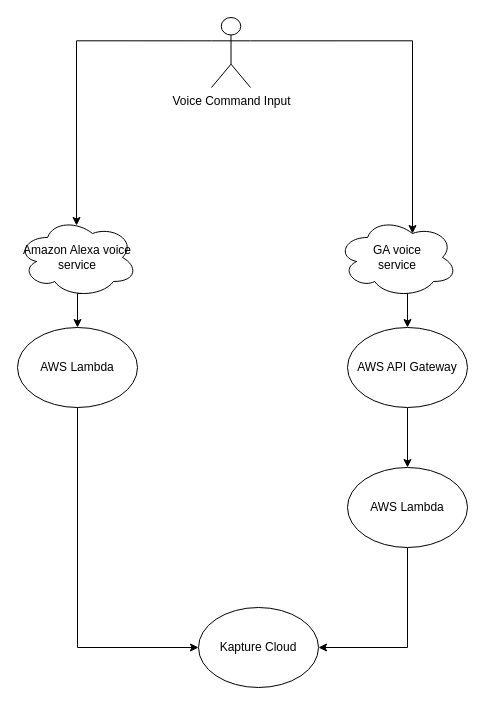
The draw.io diagram Smart Home.drawio in kevin3747118/ALZK, before the edit. Source tidied: cells renumbered, new cells numbered last; positions are measured from the earlier drawing's top-left corner, leaving out a move shared by most shapes. Both pictures are drawn from the tidied source at 100%, with x=0, y=0 at pixel (17, 17).
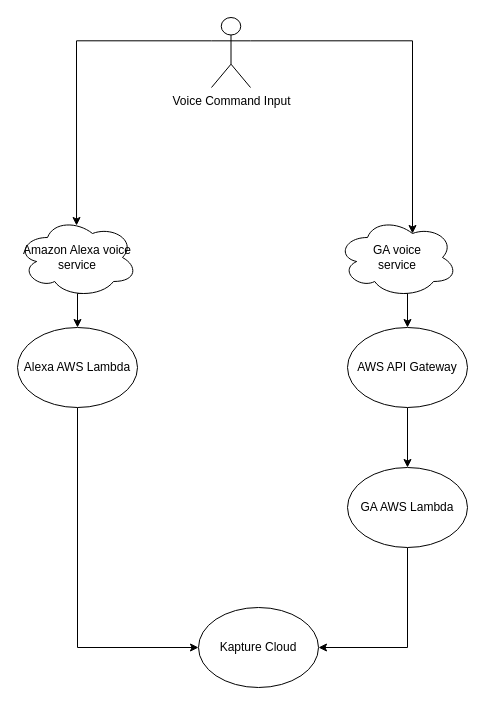
After the change.

What changed in the source:
```diff
@@
 <mxGraphModel>
   <root>
     <mxCell id="0" />
     <mxCell id="1" parent="0" />
     <mxCell id="2" style="edgeStyle=orthogonalEdgeStyle;rounded=0;jettySize=auto;html=1;exitX=0;exitY=0.3333333333333333;exitDx=0;exitDy=0;exitPerimeter=0;entryX=0.492;entryY=0.1;entryDx=0;entryDy=0;entryPerimeter=0;" parent="1" edge="1" source="4" target="6">
       <mxGeometry relative="1" as="geometry" />
     </mxCell>
     <mxCell id="3" style="edgeStyle=orthogonalEdgeStyle;rounded=0;jettySize=auto;html=1;exitX=1;exitY=0.3333333333333333;exitDx=0;exitDy=0;exitPerimeter=0;entryX=0.625;entryY=0.2;entryDx=0;entryDy=0;entryPerimeter=0;" parent="1" edge="1" source="4" target="9">
       <mxGeometry relative="1" as="geometry" />
     </mxCell>
     <mxCell id="4" value="Voice Command Input" style="shape=umlActor;verticalLabelPosition=bottom;labelBackgroundColor=#ffffff;verticalAlign=top;html=1;outlineConnect=0;" parent="1" vertex="1">
       <mxGeometry x="194" width="39" height="70" as="geometry" />
     </mxCell>
     <mxCell id="5" style="edgeStyle=orthogonalEdgeStyle;rounded=0;jettySize=auto;html=1;exitX=0.55;exitY=0.95;exitDx=0;exitDy=0;exitPerimeter=0;entryX=0.5;entryY=0;entryDx=0;entryDy=0;" parent="1" edge="1" source="6" target="11">
       <mxGeometry relative="1" as="geometry" />
     </mxCell>
     <mxCell id="6" value="Amazon Alexa voice service" style="ellipse;shape=cloud;whiteSpace=wrap;html=1;" parent="1" vertex="1">
       <mxGeometry y="200" width="120" height="80" as="geometry" />
     </mxCell>
     <mxCell id="7" value="Kapture Cloud" style="ellipse;whiteSpace=wrap;html=1;" parent="1" vertex="1">
       <mxGeometry x="181" y="590" width="120" height="80" as="geometry" />
     </mxCell>
     <mxCell id="8" style="edgeStyle=orthogonalEdgeStyle;rounded=0;jettySize=auto;html=1;exitX=0.55;exitY=0.95;exitDx=0;exitDy=0;exitPerimeter=0;entryX=0.5;entryY=0;entryDx=0;entryDy=0;" parent="1" edge="1" source="9" target="13">
       <mxGeometry relative="1" as="geometry" />
     </mxCell>
     <mxCell id="9" value="GA voice &lt;br&gt;service" style="ellipse;shape=cloud;whiteSpace=wrap;html=1;" parent="1" vertex="1">
       <mxGeometry x="320" y="200" width="120" height="80" as="geometry" />
     </mxCell>
     <mxCell id="10" style="edgeStyle=orthogonalEdgeStyle;rounded=0;jettySize=auto;html=1;exitX=0.5;exitY=1;exitDx=0;exitDy=0;entryX=0;entryY=0.5;entryDx=0;entryDy=0;" parent="1" edge="1" source="11" target="7">
       <mxGeometry relative="1" as="geometry" />
     </mxCell>
-    <mxCell id="11" value="AWS Lambda" style="ellipse;whiteSpace=wrap;html=1;" parent="1" vertex="1">
+    <mxCell id="11" value="Alexa AWS Lambda" style="ellipse;whiteSpace=wrap;html=1;" parent="1" vertex="1">
       <mxGeometry y="310" width="120" height="80" as="geometry" />
     </mxCell>
     <mxCell id="12" style="edgeStyle=orthogonalEdgeStyle;rounded=0;jettySize=auto;html=1;exitX=0.5;exitY=1;exitDx=0;exitDy=0;entryX=0.5;entryY=0;entryDx=0;entryDy=0;" parent="1" edge="1" source="13" target="15">
       <mxGeometry relative="1" as="geometry" />
     </mxCell>
     <mxCell id="13" value="AWS API Gateway" style="ellipse;whiteSpace=wrap;html=1;" parent="1" vertex="1">
       <mxGeometry x="330" y="310" width="120" height="80" as="geometry" />
     </mxCell>
     <mxCell id="14" style="edgeStyle=orthogonalEdgeStyle;rounded=0;jettySize=auto;html=1;exitX=0.5;exitY=1;exitDx=0;exitDy=0;entryX=1;entryY=0.5;entryDx=0;entryDy=0;" parent="1" edge="1" source="15" target="7">
       <mxGeometry relative="1" as="geometry" />
     </mxCell>
-    <mxCell id="15" value="AWS Lambda" style="ellipse;whiteSpace=wrap;html=1;" parent="1" vertex="1">
+    <mxCell id="15" value="GA AWS Lambda" style="ellipse;whiteSpace=wrap;html=1;" parent="1" vertex="1">
       <mxGeometry x="330" y="450" width="120" height="80" as="geometry" />
     </mxCell>
   </root>
 </mxGraphModel>
```
